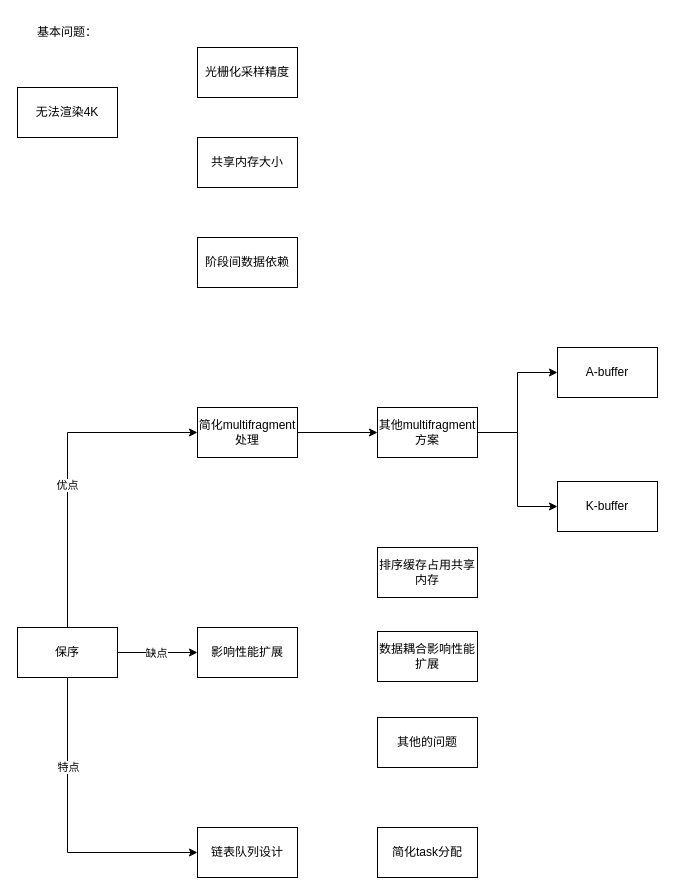
Before: weekly20240629.drawio in spaceboy202105/img, a draw.io diagram. Source tidied: cells renumbered, new cells numbered last; positions are measured from the earlier drawing's top-left corner, leaving out a move shared by most shapes. Both pictures are drawn from the tidied source at 100%, with x=0, y=0 at pixel (17, 17).
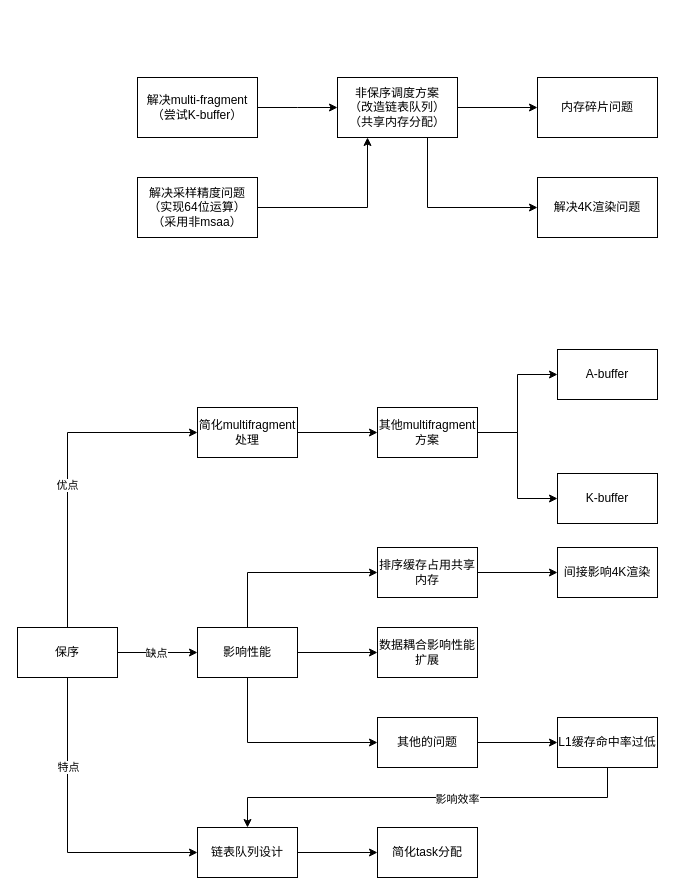
After the change.

Unchanged cells that the change refers to:
```xml
<mxCell id="22" value="排序缓存占用共享内存" style="rounded=0;whiteSpace=wrap;html=1;" parent="1" vertex="1">
  <mxGeometry x="360" y="530" width="100" height="50" as="geometry" />
</mxCell>
<mxCell id="24" value="其他的问题" style="rounded=0;whiteSpace=wrap;html=1;" parent="1" vertex="1">
  <mxGeometry x="360" y="700" width="100" height="50" as="geometry" />
</mxCell>
<mxCell id="25" value="链表队列设计" style="rounded=0;whiteSpace=wrap;html=1;" parent="1" vertex="1">
  <mxGeometry x="180" y="810" width="100" height="50" as="geometry" />
</mxCell>
<mxCell id="26" value="简化task分配" style="rounded=0;whiteSpace=wrap;html=1;" parent="1" vertex="1">
  <mxGeometry x="360" y="810" width="100" height="50" as="geometry" />
</mxCell>
```

Diff of the diagram source:
```diff
@@
-    <mxCell id="2" value="基本问题：" style="text;html=1;align=center;verticalAlign=middle;whiteSpace=wrap;rounded=0;" parent="1" vertex="1">
-      <mxGeometry x="10" width="80" height="30" as="geometry" />
-    </mxCell>
-    <mxCell id="3" value="无法渲染4K" style="rounded=0;whiteSpace=wrap;html=1;" parent="1" vertex="1">
-      <mxGeometry y="70" width="100" height="50" as="geometry" />
-    </mxCell>
@@
-    <mxCell id="11" value="共享内存大小" style="rounded=0;whiteSpace=wrap;html=1;" parent="1" vertex="1">
-      <mxGeometry x="180" y="120" width="100" height="50" as="geometry" />
-    </mxCell>
-    <mxCell id="12" value="光栅化采样精度" style="rounded=0;whiteSpace=wrap;html=1;" parent="1" vertex="1">
-      <mxGeometry x="180" y="30" width="100" height="50" as="geometry" />
-    </mxCell>
-    <mxCell id="13" value="阶段间数据依赖" style="rounded=0;whiteSpace=wrap;html=1;" parent="1" vertex="1">
-      <mxGeometry x="180" y="220" width="100" height="50" as="geometry" />
-    </mxCell>
@@
+    <mxCell id="27" style="edgeStyle=orthogonalEdgeStyle;rounded=0;jettySize=auto;html=1;" parent="1" edge="1" source="16" target="23">
+      <mxGeometry relative="1" as="geometry" />
+    </mxCell>
+    <mxCell id="28" style="edgeStyle=orthogonalEdgeStyle;rounded=0;jettySize=auto;html=1;entryX=0;entryY=0.5;entryDx=0;entryDy=0;exitX=0.5;exitY=0;exitDx=0;exitDy=0;" parent="1" edge="1" source="16" target="22">
+      <mxGeometry relative="1" as="geometry" />
+    </mxCell>
+    <mxCell id="29" style="edgeStyle=orthogonalEdgeStyle;rounded=0;jettySize=auto;html=1;entryX=0;entryY=0.5;entryDx=0;entryDy=0;exitX=0.5;exitY=1;exitDx=0;exitDy=0;" parent="1" edge="1" source="16" target="24">
+      <mxGeometry relative="1" as="geometry" />
+    </mxCell>
-    <mxCell id="16" value="影响性能扩展" style="rounded=0;whiteSpace=wrap;html=1;" parent="1" vertex="1">
+    <mxCell id="16" value="影响性能" style="rounded=0;whiteSpace=wrap;html=1;" parent="1" vertex="1">
       <mxGeometry x="180" y="610" width="100" height="50" as="geometry" />
     </mxCell>
@@
     <mxCell id="20" value="A-buffer" style="rounded=0;whiteSpace=wrap;html=1;" parent="1" vertex="1">
-      <mxGeometry x="540" y="330" width="100" height="50" as="geometry" />
+      <mxGeometry x="540" y="332" width="100" height="50" as="geometry" />
     </mxCell>
     <mxCell id="21" value="K-buffer" style="rounded=0;whiteSpace=wrap;html=1;" parent="1" vertex="1">
-      <mxGeometry x="540" y="464" width="100" height="50" as="geometry" />
+      <mxGeometry x="540" y="456" width="100" height="50" as="geometry" />
     </mxCell>
+    <mxCell id="30" style="edgeStyle=orthogonalEdgeStyle;rounded=0;jettySize=auto;html=1;" parent="1" edge="1" source="22" target="33">
+      <mxGeometry relative="1" as="geometry" />
+    </mxCell>
@@
     <mxCell id="23" value="数据耦合影响性能扩展" style="rounded=0;whiteSpace=wrap;html=1;" parent="1" vertex="1">
-      <mxGeometry x="360" y="614" width="100" height="50" as="geometry" />
+      <mxGeometry x="360" y="610" width="100" height="50" as="geometry" />
     </mxCell>
+    <mxCell id="31" style="edgeStyle=orthogonalEdgeStyle;rounded=0;jettySize=auto;html=1;" parent="1" edge="1" source="24" target="36">
+      <mxGeometry relative="1" as="geometry" />
+    </mxCell>
@@
+    <mxCell id="32" style="edgeStyle=orthogonalEdgeStyle;rounded=0;jettySize=auto;html=1;" parent="1" edge="1" source="25" target="26">
+      <mxGeometry relative="1" as="geometry" />
+    </mxCell>
@@
+    <mxCell id="33" value="间接影响4K渲染" style="rounded=0;whiteSpace=wrap;html=1;" parent="1" vertex="1">
+      <mxGeometry x="540" y="530" width="100" height="50" as="geometry" />
+    </mxCell>
+    <mxCell id="34" style="edgeStyle=orthogonalEdgeStyle;rounded=0;jettySize=auto;html=1;entryX=0.5;entryY=0;entryDx=0;entryDy=0;exitX=0.5;exitY=1;exitDx=0;exitDy=0;" parent="1" edge="1" source="36" target="25">
+      <mxGeometry relative="1" as="geometry" />
+    </mxCell>
+    <mxCell id="35" value="影响效率" style="edgeLabel;html=1;align=center;verticalAlign=middle;" parent="34" vertex="1">
+      <mxGeometry x="-0.14" y="1" relative="1" as="geometry" />
+    </mxCell>
+    <mxCell id="36" value="L1缓存命中率过低" style="rounded=0;whiteSpace=wrap;html=1;" parent="1" vertex="1">
+      <mxGeometry x="540" y="700" width="100" height="50" as="geometry" />
+    </mxCell>
+    <mxCell id="37" style="edgeStyle=orthogonalEdgeStyle;rounded=0;jettySize=auto;html=1;" parent="1" edge="1" source="38">
+      <mxGeometry relative="1" as="geometry">
+        <mxPoint x="320" y="90" as="targetPoint" />
+      </mxGeometry>
+    </mxCell>
+    <mxCell id="38" value="解决multi-fragment&lt;div&gt;（尝试K-buffer）&lt;/div&gt;" style="rounded=0;whiteSpace=wrap;html=1;" parent="1" vertex="1">
+      <mxGeometry x="120" y="60" width="120" height="60" as="geometry" />
+    </mxCell>
+    <mxCell id="39" style="edgeStyle=orthogonalEdgeStyle;rounded=0;jettySize=auto;html=1;exitX=0.75;exitY=1;exitDx=0;exitDy=0;entryX=0;entryY=0.5;entryDx=0;entryDy=0;" parent="1" edge="1" source="41" target="44">
+      <mxGeometry relative="1" as="geometry" />
+    </mxCell>
+    <mxCell id="40" style="edgeStyle=orthogonalEdgeStyle;rounded=0;jettySize=auto;html=1;" parent="1" edge="1" source="41" target="45">
+      <mxGeometry relative="1" as="geometry" />
+    </mxCell>
+    <mxCell id="41" value="非保序调度方案&lt;div&gt;（改造链表队列）&lt;/div&gt;&lt;div&gt;（共享内存分配）&lt;/div&gt;" style="rounded=0;whiteSpace=wrap;html=1;" parent="1" vertex="1">
+      <mxGeometry x="320" y="60" width="120" height="60" as="geometry" />
+    </mxCell>
+    <mxCell id="42" style="edgeStyle=orthogonalEdgeStyle;rounded=0;jettySize=auto;html=1;entryX=0.25;entryY=1;entryDx=0;entryDy=0;" parent="1" edge="1" source="43" target="41">
+      <mxGeometry relative="1" as="geometry" />
+    </mxCell>
+    <mxCell id="43" value="解决采样精度问题&lt;div&gt;（实现64位运算）&lt;/div&gt;&lt;div&gt;（采用非msaa）&lt;/div&gt;" style="rounded=0;whiteSpace=wrap;html=1;" parent="1" vertex="1">
+      <mxGeometry x="120" y="160" width="120" height="60" as="geometry" />
+    </mxCell>
+    <mxCell id="44" value="解决4K渲染问题" style="rounded=0;whiteSpace=wrap;html=1;" parent="1" vertex="1">
+      <mxGeometry x="520" y="160" width="120" height="60" as="geometry" />
+    </mxCell>
+    <mxCell id="45" value="内存碎片问题" style="rounded=0;whiteSpace=wrap;html=1;" parent="1" vertex="1">
+      <mxGeometry x="520" y="60" width="120" height="60" as="geometry" />
+    </mxCell>
```
